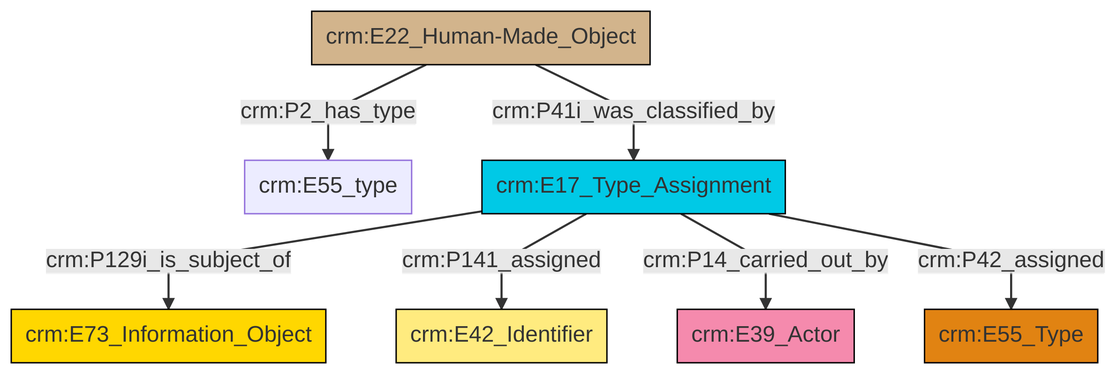
Earlier version of the Mermaid export et/builtWorkCSV/ttl/mmd/png/Built_Work_designation_status.png (swiss-art-research-net/reference-data-models). Its source is kept beside it as et/builtWorkCSV/ttl/mmd/Built_Work_designation_status.ttl.mmd.
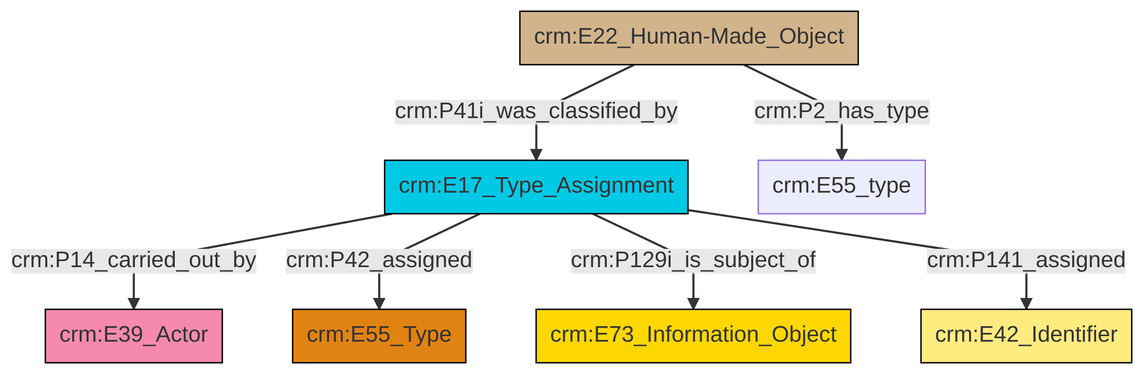
After the change.

Diff of the diagram source:
```diff
@@ -13,9 +13,9 @@
 classDef PC_Classes fill:#4ce600, stroke:#000000;
 classDef Multi fill:#cccccc,stroke:#000000;
 
-4["crm:E17_Type_Assignment"]:::Temporal_Entity -->|crm:P129i_is_subject_of| 5["crm:E73_Information_Object"]:::Conceptual_Object
-4["crm:E17_Type_Assignment"]:::Temporal_Entity -->|crm:P141_assigned| 6["crm:E42_Identifier"]:::Appellation
-4["crm:E17_Type_Assignment"]:::Temporal_Entity -->|crm:P14_carried_out_by| 2["crm:E39_Actor"]:::Actor
-10["crm:E22_Human-Made_Object"]:::Physical_Thing -->|crm:P2_has_type| 0["crm:E55_type"]:::Default
-10["crm:E22_Human-Made_Object"]:::Physical_Thing -->|crm:P41i_was_classified_by| 4["crm:E17_Type_Assignment"]:::Temporal_Entity
-4["crm:E17_Type_Assignment"]:::Temporal_Entity -->|crm:P42_assigned| 7["crm:E55_Type"]:::Type
+2["crm:E17_Type_Assignment"]:::Temporal_Entity -->|crm:P14_carried_out_by| 0["crm:E39_Actor"]:::Actor
+2["crm:E17_Type_Assignment"]:::Temporal_Entity -->|crm:P42_assigned| 5["crm:E55_Type"]:::Type
+3["crm:E22_Human-Made_Object"]:::Physical_Thing -->|crm:P41i_was_classified_by| 2["crm:E17_Type_Assignment"]:::Temporal_Entity
+2["crm:E17_Type_Assignment"]:::Temporal_Entity -->|crm:P129i_is_subject_of| 7["crm:E73_Information_Object"]:::Conceptual_Object
+3["crm:E22_Human-Made_Object"]:::Physical_Thing -->|crm:P2_has_type| 9["crm:E55_type"]:::Default
+2["crm:E17_Type_Assignment"]:::Temporal_Entity -->|crm:P141_assigned| 12["crm:E42_Identifier"]:::Appellation
```
